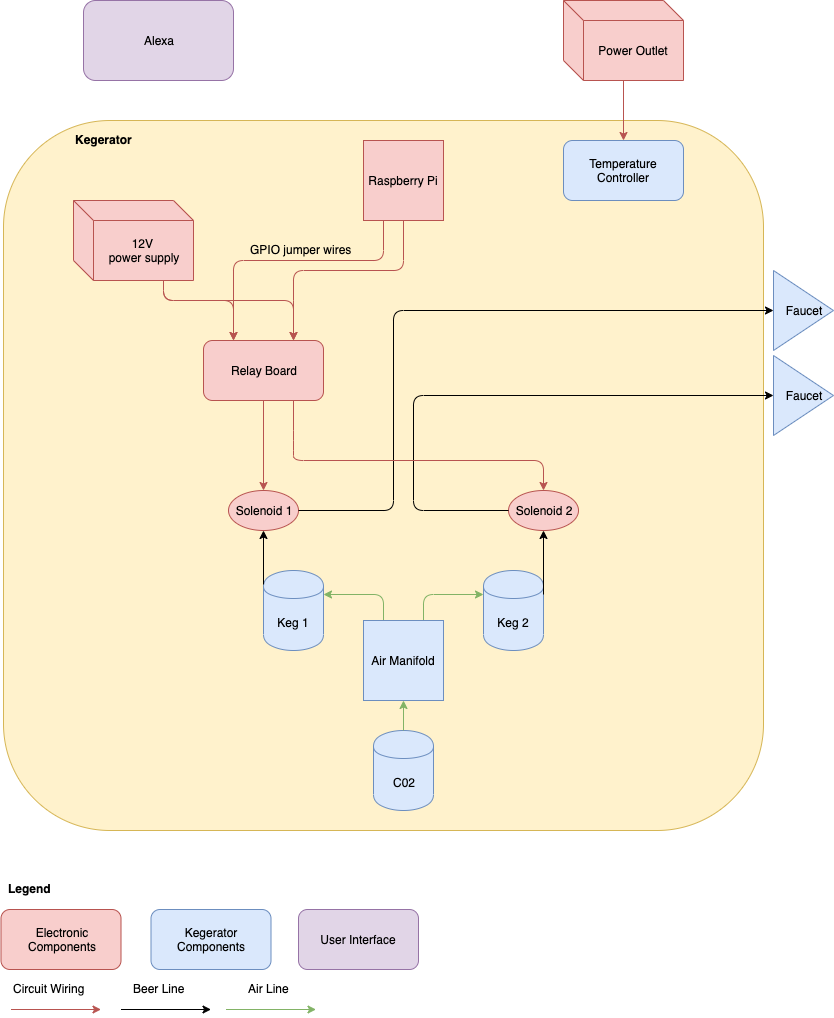
The draw.io diagram images/png/kegerator_components.png in tannermcrae/ai-kegerator, before a commit. Source tidied: cells renumbered, new cells last; positions are measured from the earlier drawing's top-left corner, leaving out a move shared by most shapes.
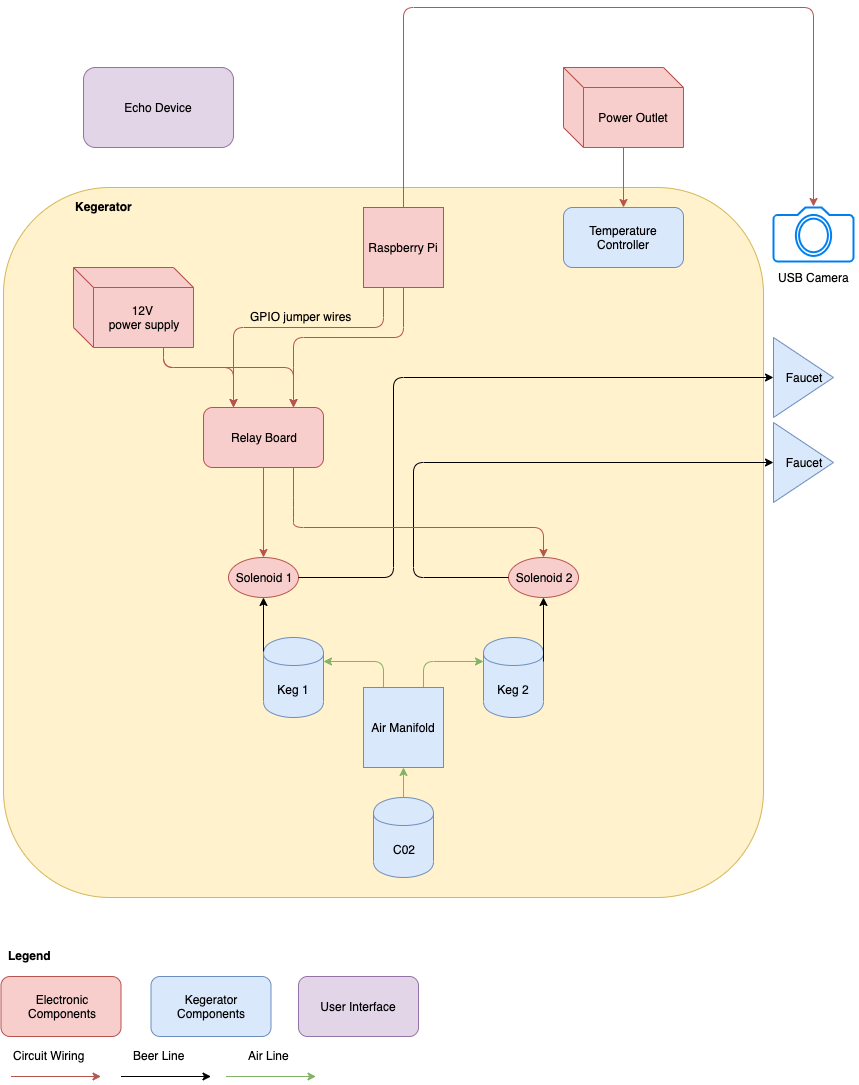
Later version of the same file.

Commit message:
Modified hardware diagram to include the usb camera

What changed in the source:
```diff
@@ -173,11 +173,26 @@
     <mxCell id="40" style="endArrow=classic;html=1;exitX=0.5;exitY=0;entryX=0.5;entryY=1;fillColor=#d5e8d4;strokeColor=#82b366;" parent="1" edge="1" source="14" target="39">
       <mxGeometry relative="1" as="geometry" />
     </mxCell>
-    <mxCell id="41" value="Alexa" style="rounded=1;whiteSpace=wrap;html=1;fillColor=#e1d5e7;strokeColor=#9673a6;" parent="1" vertex="1">
+    <mxCell id="41" value="Echo Device" style="rounded=1;whiteSpace=wrap;html=1;fillColor=#e1d5e7;strokeColor=#9673a6;" parent="1" vertex="1">
       <mxGeometry x="82" width="150" height="80" as="geometry" />
     </mxCell>
     <mxCell id="42" value="User Interface" style="rounded=1;whiteSpace=wrap;html=1;fillColor=#e1d5e7;strokeColor=#9673a6;" parent="1" vertex="1">
       <mxGeometry x="297" y="909" width="120" height="60" as="geometry" />
     </mxCell>
+    <mxCell id="43" style="html=1;verticalLabelPosition=bottom;align=center;labelBackgroundColor=#ffffff;verticalAlign=top;strokeWidth=2;strokeColor=#0080F0;shadow=0;dashed=0;shape=mxgraph.ios7.icons.camera;" parent="1" vertex="1">
+      <mxGeometry x="772" y="140" width="80" height="54" as="geometry" />
+    </mxCell>
+    <mxCell id="44" style="endArrow=classic;html=1;exitX=0.5;exitY=0;exitDx=0;exitDy=0;fillColor=#f8cecc;strokeColor=#b85450;" parent="1" edge="1" source="23">
+      <mxGeometry relative="1" as="geometry">
+        <mxPoint x="812" y="139" as="targetPoint" />
+        <Array as="points">
+          <mxPoint x="402" y="-60" />
+          <mxPoint x="812" y="-60" />
+        </Array>
+      </mxGeometry>
+    </mxCell>
+    <mxCell id="45" value="USB Camera" style="text;html=1;align=center;verticalAlign=middle;" parent="1" vertex="1">
+      <mxGeometry x="767" y="200" width="90" height="20" as="geometry" />
+    </mxCell>
   </root>
 </mxGraphModel>
```
